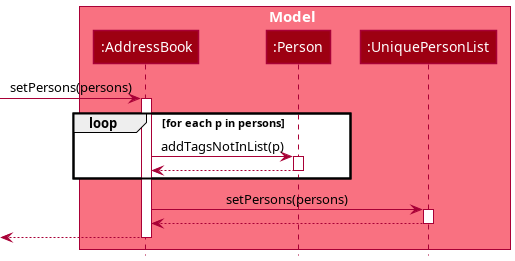
Before: docs/images/AddressBookSetPersonsSequenceDiagram.png, a diagram exported from PlantUML (nus-cs2103-AY2122S2/tp).
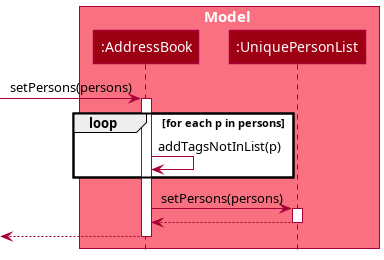
Later version of the same file.

Commit message:
Fix self call for setPersons

What changed in the source:
```diff
@@ -3,17 +3,13 @@
 
 box Model MODEL_COLOR_T1
 participant ":AddressBook" as AddressBook MODEL_COLOR
-participant ":Person" as Person MODEL_COLOR
 participant ":UniquePersonList" as UniquePersonList MODEL_COLOR
 end box
 
 [-> AddressBook : setPersons(persons)
 activate AddressBook
 loop for each p in persons
-    AddressBook -> Person : addTagsNotInList(p)
-    activate Person
-    Person --> AddressBook
-    deactivate Person
+    AddressBook -> AddressBook : addTagsNotInList(p)
 end
 AddressBook -> UniquePersonList : setPersons(persons)
 activate UniquePersonList
```
